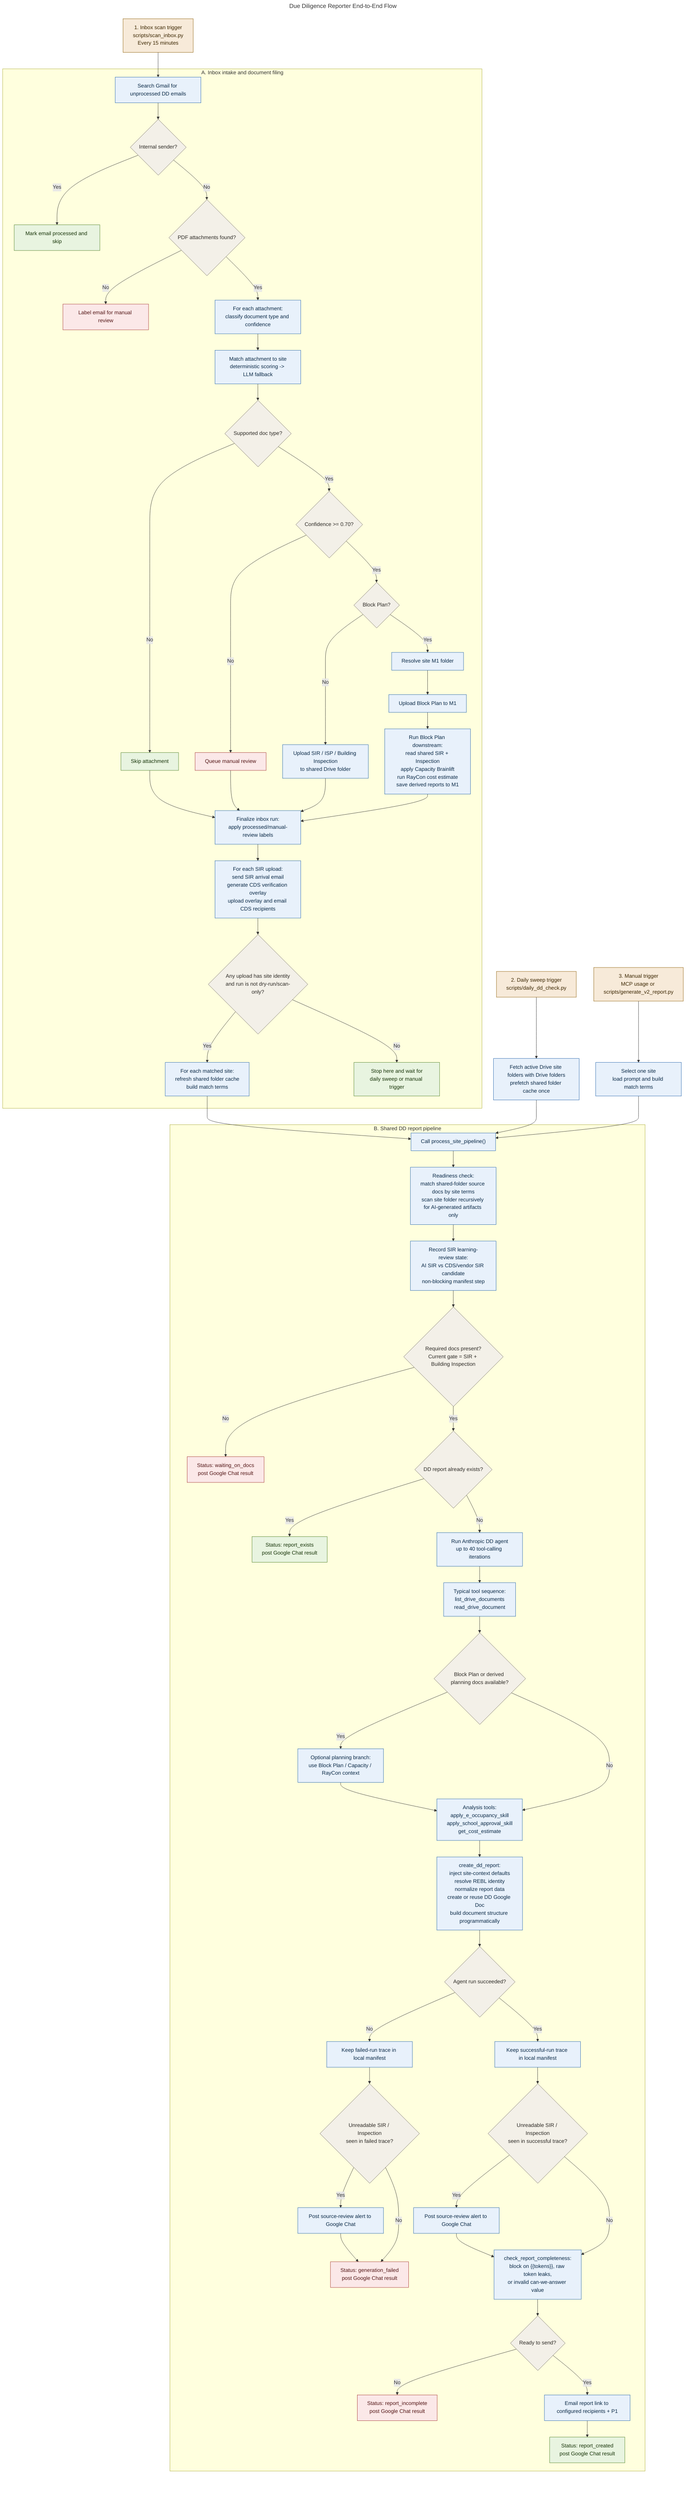
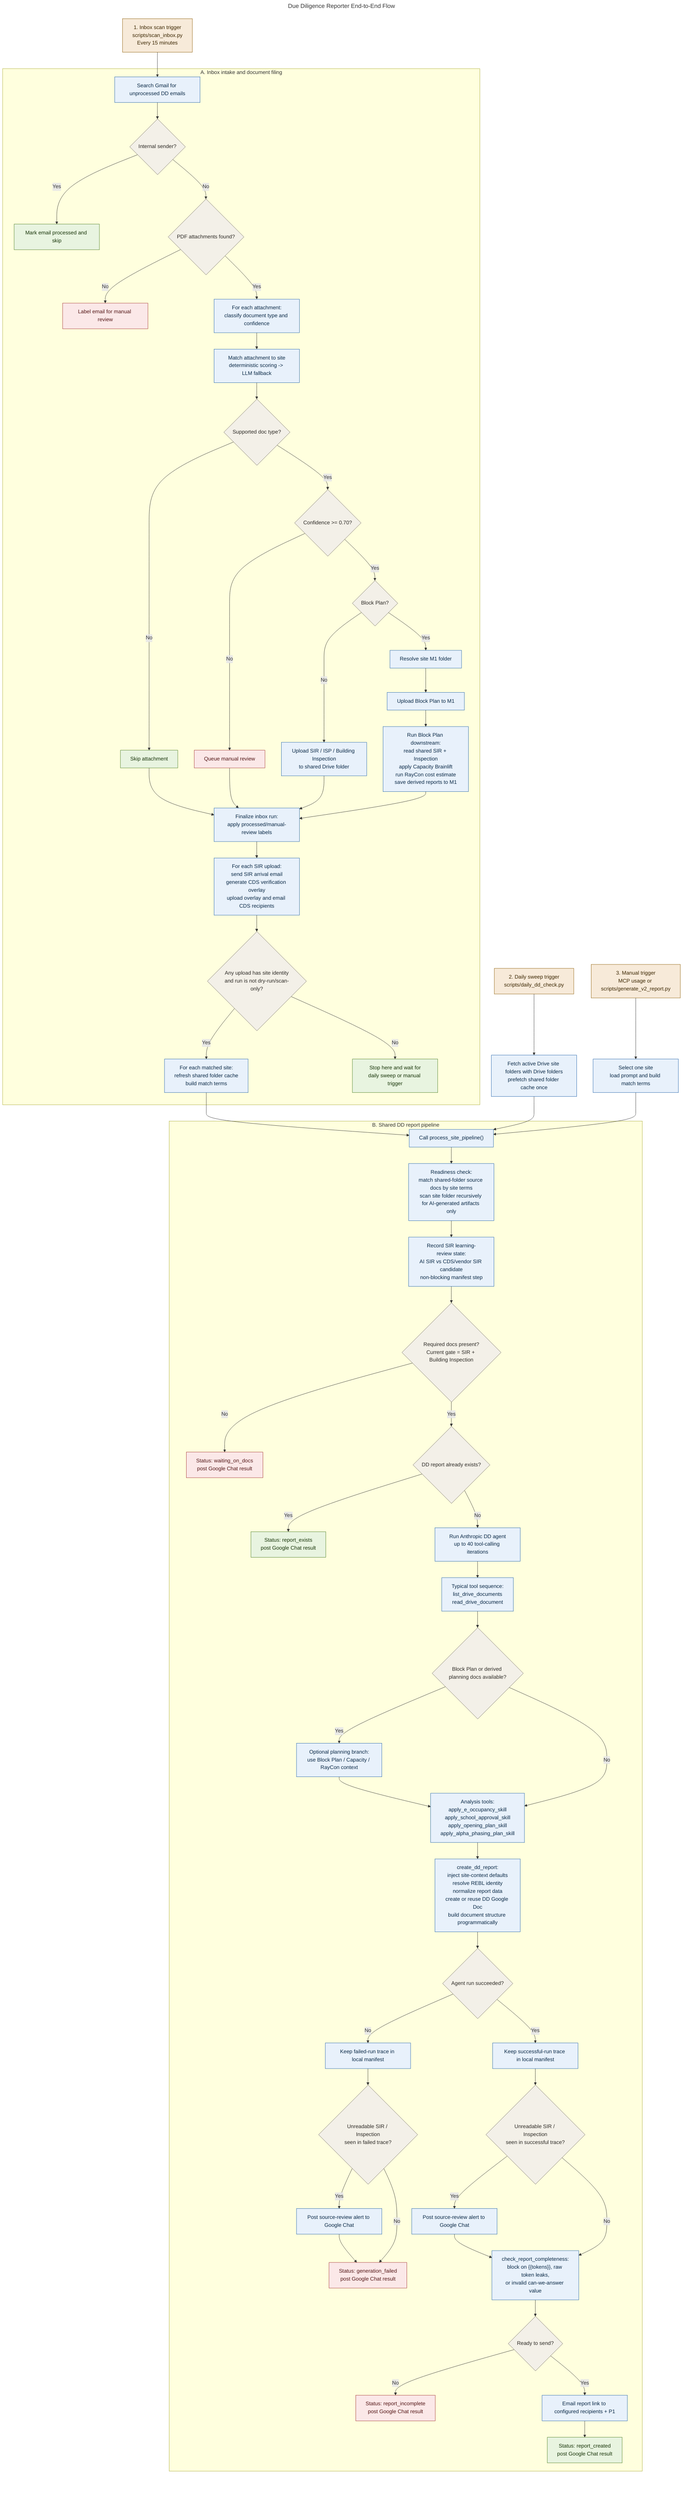
---
title: Due Diligence Reporter End-to-End Flow
---
flowchart TD
    A1["1. Inbox scan trigger<br/>scripts/scan_inbox.py<br/>Every 15 minutes"]
    A2["2. Daily sweep trigger<br/>scripts/daily_dd_check.py"]
    A3["3. Manual trigger<br/>MCP usage or scripts/generate_v2_report.py"]

    subgraph Intake["A. Inbox intake and document filing"]
        I1["Search Gmail for unprocessed DD emails"]
        I2{"Internal sender?"}
        I3["Mark email processed and skip"]
        I4{"PDF attachments found?"}
        I5["Label email for manual review"]
        I6["For each attachment:<br/>classify document type and confidence"]
        I7["Match attachment to site<br/>deterministic scoring -> LLM fallback"]
        I8{"Supported doc type?"}
        I9["Skip attachment"]
        I10{"Confidence >= 0.70?"}
        I11["Queue manual review"]
        I12{"Block Plan?"}
        I13["Upload SIR / ISP / Building Inspection<br/>to shared Drive folder"]
        I14["Resolve site M1 folder"]
        I15["Upload Block Plan to M1"]
        I16["Run Block Plan downstream:<br/>read shared SIR + Inspection<br/>apply Capacity Brainlift<br/>run RayCon cost estimate<br/>save derived reports to M1"]
        I17["Finalize inbox run:<br/>apply processed/manual-review labels"]
        I18["For each SIR upload:<br/>send SIR arrival email<br/>generate CDS verification overlay<br/>upload overlay and email CDS recipients"]
        I19{"Any upload has site identity<br/>and run is not dry-run/scan-only?"}
        I20["For each matched site:<br/>refresh shared folder cache<br/>build match terms"]
        I21["Stop here and wait for<br/>daily sweep or manual trigger"]
    end

    subgraph Pipeline["B. Shared DD report pipeline"]
        P0["Call process_site_pipeline()"]
        P1["Readiness check:<br/>match shared-folder source docs by site terms<br/>scan site folder recursively for AI-generated artifacts only"]
        P1A["Record SIR learning-review state:<br/>AI SIR vs CDS/vendor SIR candidate<br/>non-blocking manifest step"]
        P2{"Required docs present?<br/>Current gate = SIR + Building Inspection"}
        P3["Status: waiting_on_docs<br/>post Google Chat result"]
        P4{"DD report already exists?"}
        P5["Status: report_exists<br/>post Google Chat result"]
        P6["Run Anthropic DD agent<br/>up to 40 tool-calling iterations"]
        P7["Typical tool sequence:<br/>list_drive_documents<br/>read_drive_document"]
        P8{"Block Plan or derived planning docs available?"}
        P9["Optional planning branch:<br/>use Block Plan / Capacity / RayCon context"]
-         P10["Analysis tools:<br/>apply_e_occupancy_skill<br/>apply_school_approval_skill<br/>get_cost_estimate"]
+         P10["Analysis tools:<br/>apply_e_occupancy_skill<br/>apply_school_approval_skill<br/>apply_opening_plan_skill<br/>apply_alpha_phasing_plan_skill"]
        P11["create_dd_report:<br/>inject site-context defaults<br/>resolve REBL identity<br/>normalize report data<br/>create or reuse DD Google Doc<br/>build document structure programmatically"]
        P12{"Agent run succeeded?"}
        P13["Keep failed-run trace in local manifest"]
        P14{"Unreadable SIR / Inspection<br/>seen in failed trace?"}
        P15["Post source-review alert to Google Chat"]
        P16["Status: generation_failed<br/>post Google Chat result"]
        P17["Keep successful-run trace in local manifest"]
        P18{"Unreadable SIR / Inspection<br/>seen in successful trace?"}
        P19["Post source-review alert to Google Chat"]
        P20["check_report_completeness:<br/>block on {{tokens}}, raw token leaks,<br/>or invalid can-we-answer value"]
        P21{"Ready to send?"}
        P22["Status: report_incomplete<br/>post Google Chat result"]
        P23["Email report link to configured recipients + P1"]
        P24["Status: report_created<br/>post Google Chat result"]
    end

    A1 --> I1
    I1 --> I2
    I2 -- Yes --> I3
    I2 -- No --> I4
    I4 -- No --> I5
    I4 -- Yes --> I6
    I6 --> I7
    I7 --> I8
    I8 -- No --> I9
    I8 -- Yes --> I10
    I10 -- No --> I11
    I10 -- Yes --> I12
    I12 -- No --> I13
    I12 -- Yes --> I14
    I14 --> I15 --> I16
    I9 --> I17
    I11 --> I17
    I13 --> I17
    I16 --> I17
    I17 --> I18 --> I19
    I19 -- Yes --> I20 --> P0
    I19 -- No --> I21

    A2 --> D1["Fetch active Drive site folders with Drive folders<br/>prefetch shared folder cache once"]
    D1 --> P0

    A3 --> D2["Select one site<br/>load prompt and build match terms"]
    D2 --> P0

    P0 --> P1 --> P1A --> P2
    P2 -- No --> P3
    P2 -- Yes --> P4
    P4 -- Yes --> P5
    P4 -- No --> P6
    P6 --> P7 --> P8
    P8 -- Yes --> P9 --> P10
    P8 -- No --> P10
    P10 --> P11 --> P12
    P12 -- No --> P13 --> P14
    P14 -- Yes --> P15 --> P16
    P14 -- No --> P16
    P12 -- Yes --> P17 --> P18
    P18 -- Yes --> P19 --> P20
    P18 -- No --> P20
    P20 --> P21
    P21 -- No --> P22
    P21 -- Yes --> P23 --> P24

    classDef trigger fill:#f7ead9,stroke:#8a5a00,color:#3b2600;
    classDef process fill:#e8f1fb,stroke:#1d5fa7,color:#0a2946;
    classDef decision fill:#f3f0e8,stroke:#6b655d,color:#2d2a26;
    classDef output fill:#e8f4e0,stroke:#467a1f,color:#173408;
    classDef alert fill:#fbe8e8,stroke:#a02d2d,color:#531616;

    class A1,A2,A3 trigger;
    class I1,I6,I7,I13,I14,I15,I16,I17,I18,I20,D1,D2,P0,P1,P1A,P6,P7,P9,P10,P11,P13,P15,P17,P19,P20,P23 process;
    class I2,I4,I8,I10,I12,I19,P2,P4,P8,P12,P14,P18,P21 decision;
    class I3,I9,I21,P5,P24 output;
    class I5,I11,P3,P16,P22 alert;
